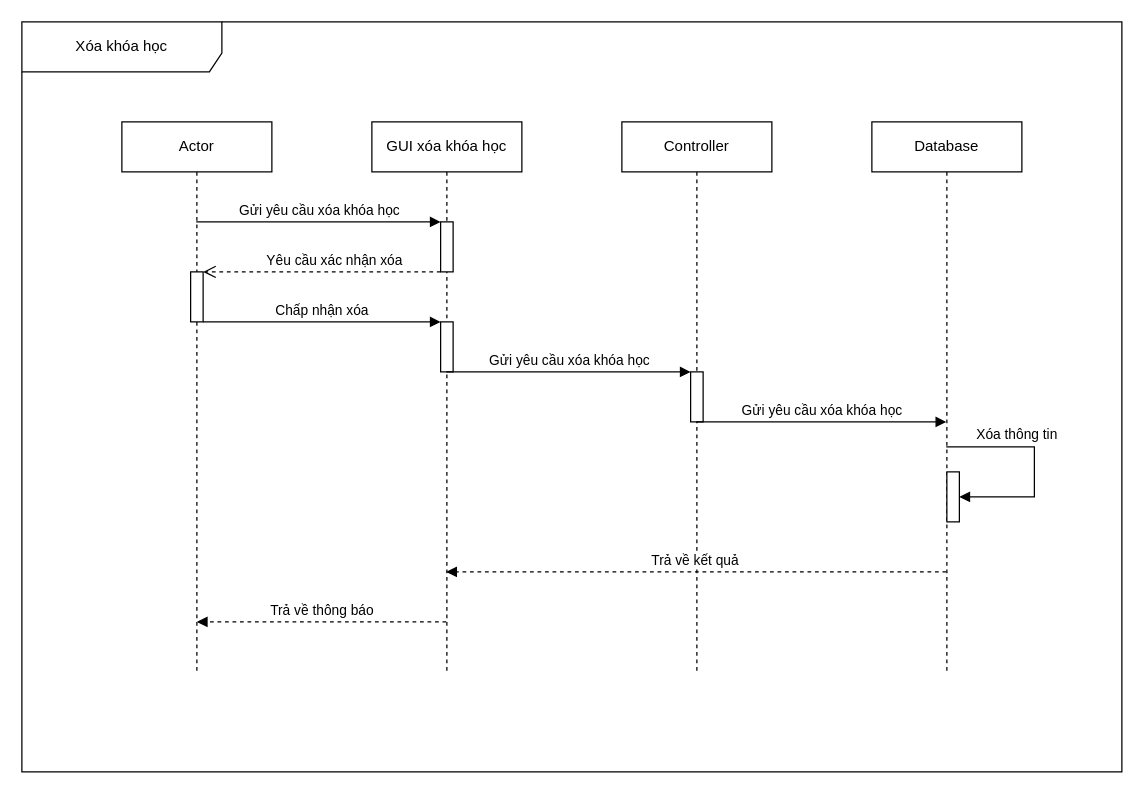
Above: page "xóa tk" (4 of 6) of Biểu đồ không có tiêu đề.drawio in dctuyen/myFinalYearProject (draw.io), before the change. Source tidied: cells renumbered, new cells numbered last; positions are measured from the earlier drawing's top-left corner, leaving out a move shared by most shapes. Both pictures are drawn from the tidied source at 125%, with x=0, y=0 at pixel (21, 21).
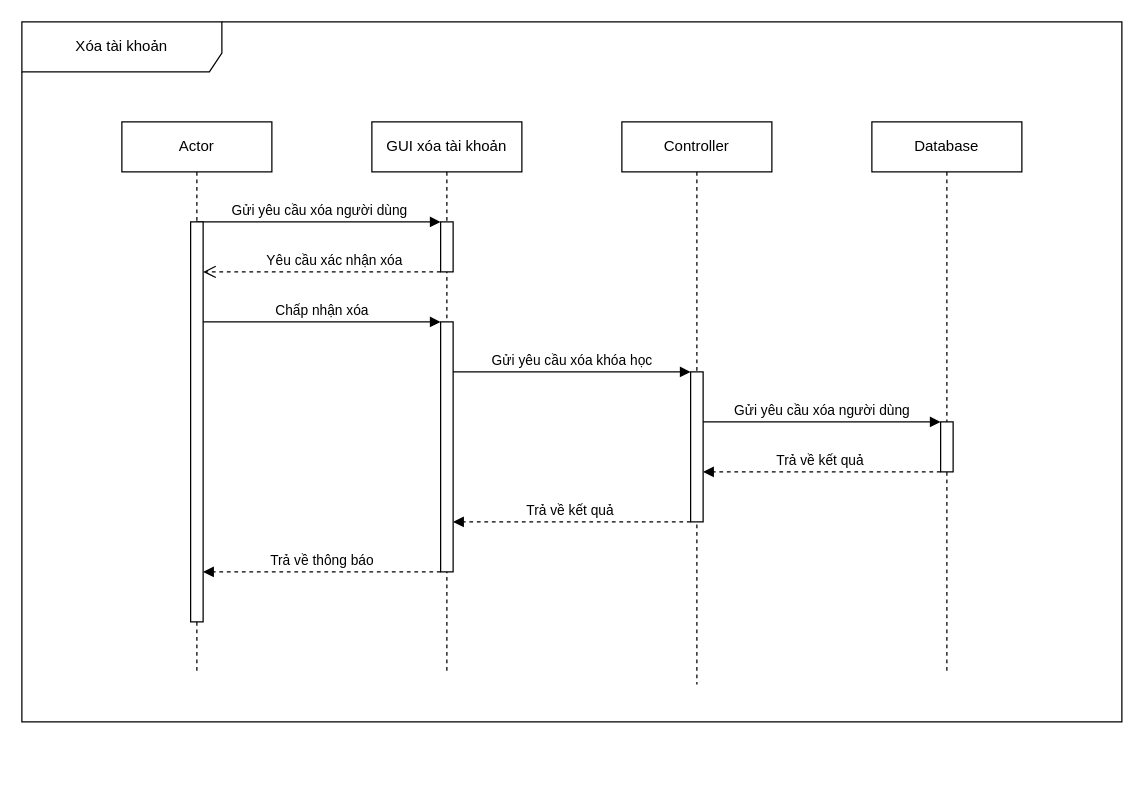
The same diagram, later.

The change refers to these unchanged cells:
```xml
<mxCell id="2" value="Actor" style="shape=umlLifeline;perimeter=lifelinePerimeter;whiteSpace=wrap;html=1;outlineConnect=0;portConstraint=eastwest;newEdgeStyle={&quot;edgeStyle&quot;:&quot;elbowEdgeStyle&quot;,&quot;elbow&quot;:&quot;vertical&quot;,&quot;curved&quot;:0,&quot;rounded&quot;:0};" parent="1" vertex="1">
  <mxGeometry x="80" y="80" width="120" height="440" as="geometry" />
</mxCell>
<mxCell id="5" style="html=1;points=[];perimeter=orthogonalPerimeter;outlineConnect=0;targetShapes=umlLifeline;portConstraint=eastwest;newEdgeStyle={&quot;edgeStyle&quot;:&quot;elbowEdgeStyle&quot;,&quot;elbow&quot;:&quot;vertical&quot;,&quot;curved&quot;:0,&quot;rounded&quot;:0};" parent="4" vertex="1">
  <mxGeometry x="55" y="80" width="10" height="40" as="geometry" />
</mxCell>
<mxCell id="9" value="Database" style="shape=umlLifeline;perimeter=lifelinePerimeter;whiteSpace=wrap;html=1;outlineConnect=0;portConstraint=eastwest;newEdgeStyle={&quot;edgeStyle&quot;:&quot;elbowEdgeStyle&quot;,&quot;elbow&quot;:&quot;vertical&quot;,&quot;curved&quot;:0,&quot;rounded&quot;:0};" parent="1" vertex="1">
  <mxGeometry x="680" y="80" width="120" height="440" as="geometry" />
</mxCell>
```

The edit, as a diff of the source:
```diff
@@
-    <mxCell id="3" value="Xóa khóa học" style="shape=umlFrame;whiteSpace=wrap;html=1;width=160;height=40;" parent="1" vertex="1">
-      <mxGeometry width="880" height="600" as="geometry" />
+    <mxCell id="3" value="Xóa tài khoản" style="shape=umlFrame;whiteSpace=wrap;html=1;width=160;height=40;" parent="1" vertex="1">
+      <mxGeometry width="880" height="560" as="geometry" />
     </mxCell>
-    <mxCell id="4" value="GUI xóa khóa học" style="shape=umlLifeline;perimeter=lifelinePerimeter;whiteSpace=wrap;html=1;outlineConnect=0;portConstraint=eastwest;newEdgeStyle={&quot;edgeStyle&quot;:&quot;elbowEdgeStyle&quot;,&quot;elbow&quot;:&quot;vertical&quot;,&quot;curved&quot;:0,&quot;rounded&quot;:0};" parent="1" vertex="1">
+    <mxCell id="4" value="GUI xóa tài khoản" style="shape=umlLifeline;perimeter=lifelinePerimeter;whiteSpace=wrap;html=1;outlineConnect=0;portConstraint=eastwest;newEdgeStyle={&quot;edgeStyle&quot;:&quot;elbowEdgeStyle&quot;,&quot;elbow&quot;:&quot;vertical&quot;,&quot;curved&quot;:0,&quot;rounded&quot;:0};" parent="1" vertex="1">
       <mxGeometry x="280" y="80" width="120" height="440" as="geometry" />
     </mxCell>
@@
     <mxCell id="6" style="html=1;points=[];perimeter=orthogonalPerimeter;outlineConnect=0;targetShapes=umlLifeline;portConstraint=eastwest;newEdgeStyle={&quot;edgeStyle&quot;:&quot;elbowEdgeStyle&quot;,&quot;elbow&quot;:&quot;vertical&quot;,&quot;curved&quot;:0,&quot;rounded&quot;:0};" parent="4" vertex="1">
-      <mxGeometry x="55" y="160" width="10" height="40" as="geometry" />
+      <mxGeometry x="55" y="160" width="10" height="200" as="geometry" />
     </mxCell>
     <mxCell id="7" value="Controller" style="shape=umlLifeline;perimeter=lifelinePerimeter;whiteSpace=wrap;html=1;outlineConnect=0;portConstraint=eastwest;newEdgeStyle={&quot;edgeStyle&quot;:&quot;elbowEdgeStyle&quot;,&quot;elbow&quot;:&quot;vertical&quot;,&quot;curved&quot;:0,&quot;rounded&quot;:0};" parent="1" vertex="1">
-      <mxGeometry x="480" y="80" width="120" height="440" as="geometry" />
+      <mxGeometry x="480" y="80" width="120" height="450" as="geometry" />
     </mxCell>
     <mxCell id="8" style="html=1;points=[];perimeter=orthogonalPerimeter;outlineConnect=0;targetShapes=umlLifeline;portConstraint=eastwest;newEdgeStyle={&quot;edgeStyle&quot;:&quot;elbowEdgeStyle&quot;,&quot;elbow&quot;:&quot;vertical&quot;,&quot;curved&quot;:0,&quot;rounded&quot;:0};" parent="7" vertex="1">
-      <mxGeometry x="55" y="200" width="10" height="40" as="geometry" />
+      <mxGeometry x="55" y="200" width="10" height="120" as="geometry" />
     </mxCell>
@@
-    <mxCell id="10" style="html=1;points=[];perimeter=orthogonalPerimeter;outlineConnect=0;targetShapes=umlLifeline;portConstraint=eastwest;newEdgeStyle={&quot;edgeStyle&quot;:&quot;elbowEdgeStyle&quot;,&quot;elbow&quot;:&quot;vertical&quot;,&quot;curved&quot;:0,&quot;rounded&quot;:0};" parent="9" vertex="1">
-      <mxGeometry x="60" y="280" width="10" height="40" as="geometry" />
-    </mxCell>
-    <mxCell id="11" value="Xóa thông tin" style="html=1;align=left;spacingLeft=2;endArrow=block;rounded=0;edgeStyle=orthogonalEdgeStyle;curved=0;rounded=0;" parent="9" edge="1" source="9" target="10">
-      <mxGeometry x="-0.76" y="10" relative="1" as="geometry">
-        <Array as="points">
-          <mxPoint x="130" y="260" />
-          <mxPoint x="130" y="300" />
-        </Array>
-      </mxGeometry>
-    </mxCell>
+    <mxCell id="20" style="html=1;points=[];perimeter=orthogonalPerimeter;outlineConnect=0;targetShapes=umlLifeline;portConstraint=eastwest;newEdgeStyle={&quot;edgeStyle&quot;:&quot;elbowEdgeStyle&quot;,&quot;elbow&quot;:&quot;vertical&quot;,&quot;curved&quot;:0,&quot;rounded&quot;:0};" parent="9" vertex="1">
+      <mxGeometry x="55" y="240" width="10" height="40" as="geometry" />
+    </mxCell>
-    <mxCell id="12" value="Gửi yêu cầu xóa khóa học" style="html=1;verticalAlign=bottom;endArrow=block;edgeStyle=elbowEdgeStyle;elbow=vertical;curved=0;rounded=0;" parent="1" edge="1" source="2" target="5">
+    <mxCell id="12" value="Gửi yêu cầu xóa&amp;nbsp;người dùng" style="html=1;verticalAlign=bottom;endArrow=block;edgeStyle=elbowEdgeStyle;elbow=vertical;curved=0;rounded=0;" parent="1" edge="1" source="2" target="5">
       <mxGeometry relative="1" as="geometry">
         <Array as="points">
           <mxPoint x="290" y="160" />
         </Array>
       </mxGeometry>
     </mxCell>
@@
     <mxCell id="14" style="html=1;points=[];perimeter=orthogonalPerimeter;outlineConnect=0;targetShapes=umlLifeline;portConstraint=eastwest;newEdgeStyle={&quot;edgeStyle&quot;:&quot;elbowEdgeStyle&quot;,&quot;elbow&quot;:&quot;vertical&quot;,&quot;curved&quot;:0,&quot;rounded&quot;:0};" parent="1" vertex="1">
-      <mxGeometry x="135" y="200" width="10" height="40" as="geometry" />
+      <mxGeometry x="135" y="160" width="10" height="320" as="geometry" />
     </mxCell>
@@
-    <mxCell id="16" value="Trả về kết quả&amp;nbsp;" style="html=1;verticalAlign=bottom;endArrow=block;edgeStyle=elbowEdgeStyle;elbow=vertical;curved=0;rounded=0;dashed=1;" parent="1" edge="1" source="9" target="4">
+    <mxCell id="16" value="Trả về kết quả&amp;nbsp;" style="html=1;verticalAlign=bottom;endArrow=block;edgeStyle=elbowEdgeStyle;elbow=vertical;curved=0;rounded=0;dashed=1;" parent="1" edge="1" source="20" target="8">
       <mxGeometry relative="1" as="geometry">
         <Array as="points">
-          <mxPoint x="630" y="440" />
+          <mxPoint x="650" y="360" />
           <mxPoint x="680" y="530" />
           <mxPoint x="670" y="440" />
           <mxPoint x="620" y="480" />
           <mxPoint x="520" y="480" />
           <mxPoint x="690" y="520" />
           <mxPoint x="700" y="410" />
         </Array>
       </mxGeometry>
     </mxCell>
-    <mxCell id="17" value="Trả về thông báo" style="html=1;verticalAlign=bottom;endArrow=block;edgeStyle=elbowEdgeStyle;elbow=vertical;curved=0;rounded=0;dashed=1;" parent="1" edge="1" source="4">
+    <mxCell id="17" value="Trả về thông báo" style="html=1;verticalAlign=bottom;endArrow=block;edgeStyle=elbowEdgeStyle;elbow=vertical;curved=0;rounded=0;dashed=1;" parent="1" edge="1" source="6" target="14">
       <mxGeometry relative="1" as="geometry">
-        <mxPoint x="140" y="480" as="targetPoint" />
         <Array as="points">
-          <mxPoint x="220" y="480" />
+          <mxPoint x="230" y="440" />
           <mxPoint x="420" y="520" />
           <mxPoint x="320" y="520" />
           <mxPoint x="490" y="560" />
           <mxPoint x="500" y="450" />
         </Array>
       </mxGeometry>
     </mxCell>
-    <mxCell id="18" value="Gửi yêu cầu xóa khóa học" style="html=1;verticalAlign=bottom;endArrow=block;edgeStyle=elbowEdgeStyle;elbow=vertical;curved=0;rounded=0;" parent="1" edge="1" source="4" target="8">
+    <mxCell id="18" value="Gửi yêu cầu xóa khóa học" style="html=1;verticalAlign=bottom;endArrow=block;edgeStyle=elbowEdgeStyle;elbow=vertical;curved=0;rounded=0;" parent="1" edge="1" source="6" target="8">
       <mxGeometry relative="1" as="geometry">
         <Array as="points">
           <mxPoint x="450" y="280" />
           <mxPoint x="490" y="360" />
         </Array>
       </mxGeometry>
     </mxCell>
-    <mxCell id="19" value="Gửi yêu cầu xóa khóa học" style="html=1;verticalAlign=bottom;endArrow=block;edgeStyle=elbowEdgeStyle;elbow=vertical;curved=0;rounded=0;" parent="1" edge="1" source="7" target="9">
+    <mxCell id="19" value="Gửi yêu cầu xóa&amp;nbsp;người dùng" style="html=1;verticalAlign=bottom;endArrow=block;edgeStyle=elbowEdgeStyle;elbow=vertical;curved=0;rounded=0;" parent="1" edge="1" source="8" target="20">
       <mxGeometry relative="1" as="geometry">
         <Array as="points">
           <mxPoint x="610" y="320" />
           <mxPoint x="580" y="280" />
           <mxPoint x="650" y="360" />
           <mxPoint x="690" y="400" />
         </Array>
       </mxGeometry>
     </mxCell>
+    <mxCell id="21" value="Trả về kết quả&amp;nbsp;" style="html=1;verticalAlign=bottom;endArrow=block;edgeStyle=elbowEdgeStyle;elbow=vertical;curved=0;rounded=0;dashed=1;" parent="1" edge="1" source="8" target="6">
+      <mxGeometry relative="1" as="geometry">
+        <Array as="points">
+          <mxPoint x="450" y="400" />
+          <mxPoint x="480" y="570" />
+          <mxPoint x="470" y="480" />
+          <mxPoint x="420" y="520" />
+          <mxPoint x="320" y="520" />
+          <mxPoint x="490" y="560" />
+          <mxPoint x="500" y="450" />
+        </Array>
+      </mxGeometry>
+    </mxCell>
```
